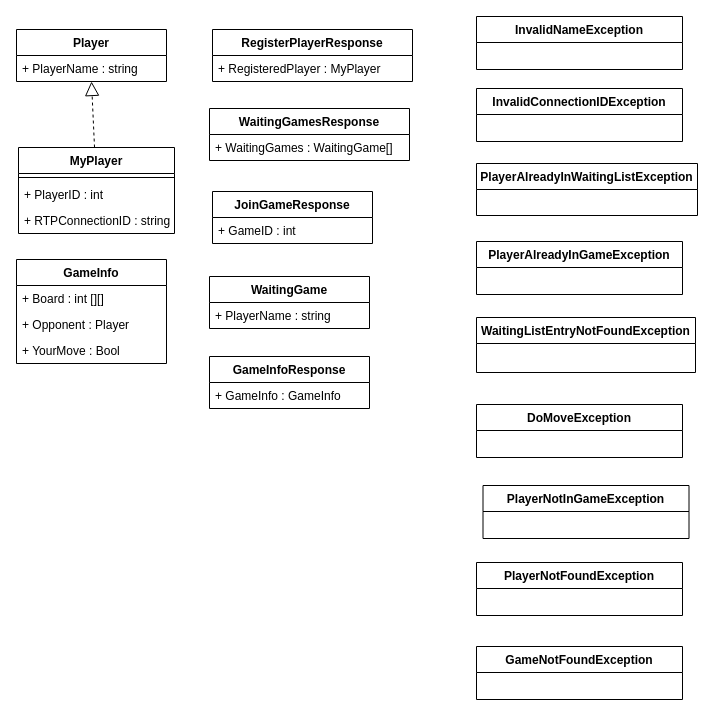
The draw.io diagram page "RestAPIContracts" (4 of 4) of 4WinsGame/4WinGame/Architecture/20230217SRs(Klassendiagramme).drawio in JonasKrammerInfoteam/MiniprojektMultiplayerGame, before the edit. Source tidied: cells renumbered, new cells numbered last; positions are measured from the earlier drawing's top-left corner, leaving out a move shared by most shapes. Both pictures are drawn from the tidied source at 100%, with x=0, y=0 at pixel (16, 16).
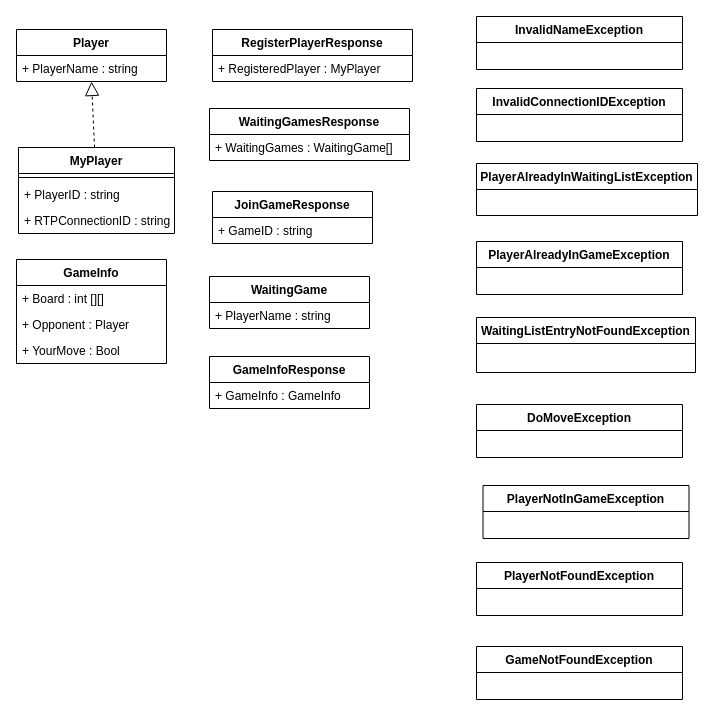
Above is the later version.

Unchanged cells that the change refers to:
```xml
<mxCell id="6" value="JoinGameResponse" style="swimlane;fontStyle=1;align=center;verticalAlign=top;horizontal=1;startSize=26;" parent="1" vertex="1">
  <mxGeometry x="196" y="175" width="160" height="52" as="geometry" />
</mxCell>
<mxCell id="12" value="MyPlayer" style="swimlane;fontStyle=1;align=center;verticalAlign=top;horizontal=1;startSize=26;" parent="1" vertex="1">
  <mxGeometry x="2" y="131" width="156" height="86" as="geometry" />
</mxCell>
```

The edit, as a diff of the source:
```diff
@@
-    <mxCell id="7" value="+ GameID : int" style="text;strokeColor=none;fillColor=none;align=left;verticalAlign=top;spacingLeft=4;spacingRight=4;overflow=hidden;" parent="6" vertex="1">
+    <mxCell id="7" value="+ GameID : string" style="text;strokeColor=none;fillColor=none;align=left;verticalAlign=top;spacingLeft=4;spacingRight=4;overflow=hidden;" parent="6" vertex="1">
       <mxGeometry y="26" width="160" height="26" as="geometry" />
     </mxCell>
@@
-    <mxCell id="14" value="+ PlayerID : int" style="text;strokeColor=none;fillColor=none;align=left;verticalAlign=top;spacingLeft=4;spacingRight=4;overflow=hidden;" parent="12" vertex="1">
+    <mxCell id="14" value="+ PlayerID : string" style="text;strokeColor=none;fillColor=none;align=left;verticalAlign=top;spacingLeft=4;spacingRight=4;overflow=hidden;" parent="12" vertex="1">
       <mxGeometry y="34" width="156" height="26" as="geometry" />
     </mxCell>
```
